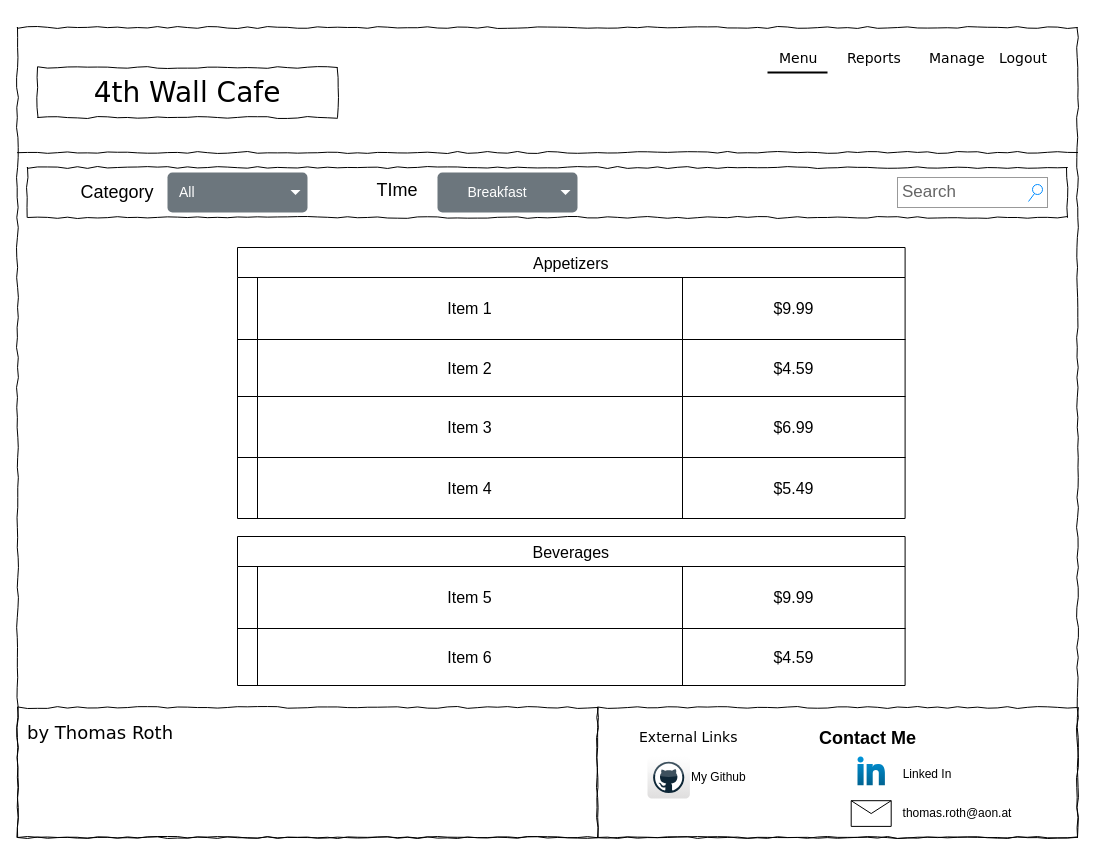
Above: WF_MainMenu.drawio in TRed91/4thWallCafe (draw.io), before the change. Source tidied: cells renumbered, new cells numbered last; positions are measured from the earlier drawing's top-left corner, leaving out a move shared by most shapes. Both pictures are drawn from the tidied source at 100%, with x=0, y=0 at pixel (17, 27).
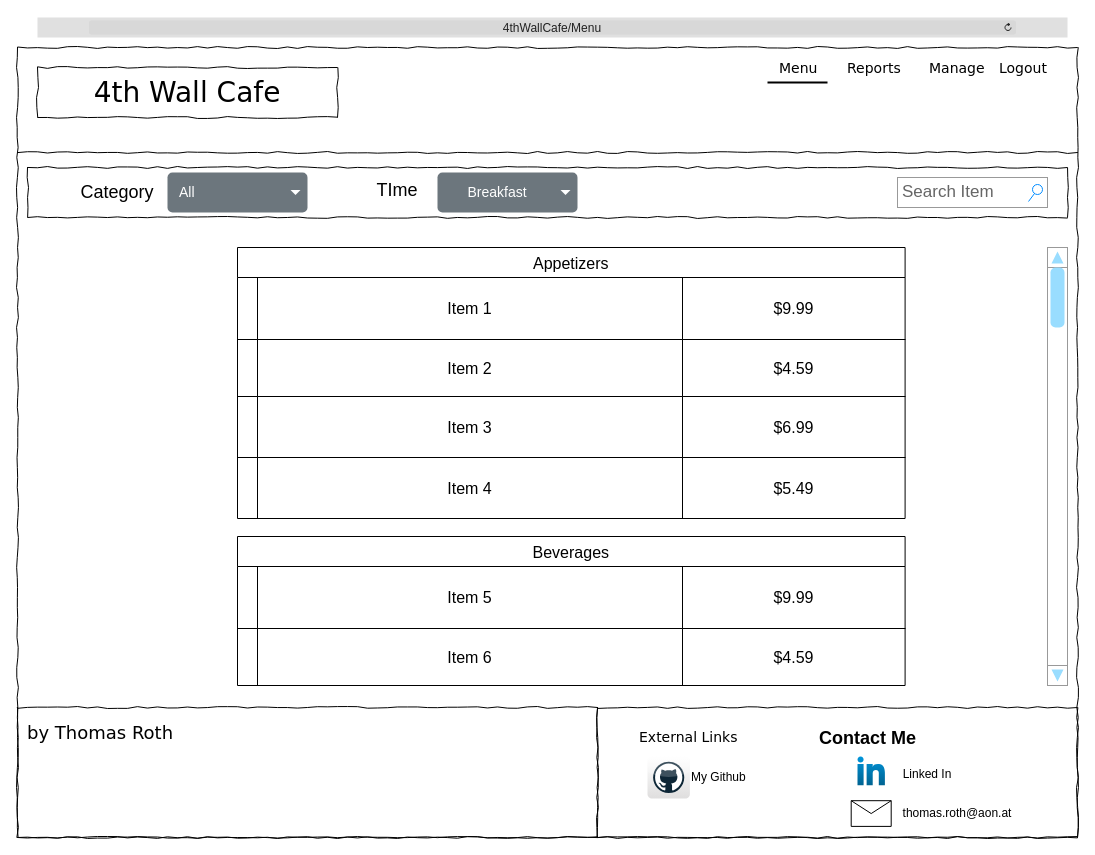
Above is the later version.

Diff of the diagram source:
```diff
@@
     <mxCell id="2" style="whiteSpace=wrap;html=1;rounded=0;shadow=0;labelBackgroundColor=none;strokeColor=#000000;strokeWidth=1;fillColor=none;fontFamily=Verdana;fontSize=12;fontColor=#000000;align=center;comic=1;" parent="1" vertex="1">
-      <mxGeometry width="1060" height="810" as="geometry" />
+      <mxGeometry y="20" width="1060" height="790" as="geometry" />
     </mxCell>
@@
     <mxCell id="4" value="Menu" style="text;html=1;align=left;verticalAlign=top;spacingTop=-4;fontSize=14;fontFamily=Verdana;" parent="1" vertex="1">
-      <mxGeometry x="760" y="20" width="60" height="20" as="geometry" />
+      <mxGeometry x="760" y="30" width="60" height="20" as="geometry" />
     </mxCell>
     <mxCell id="5" value="Reports" style="text;html=1;align=left;verticalAlign=top;spacingTop=-4;fontSize=14;fontFamily=Verdana;" parent="1" vertex="1">
-      <mxGeometry x="827.6" y="20" width="60" height="20" as="geometry" />
+      <mxGeometry x="827.6" y="30" width="60" height="20" as="geometry" />
     </mxCell>
     <mxCell id="6" value="Manage" style="text;html=1;align=left;verticalAlign=top;spacingTop=-4;fontSize=14;fontFamily=Verdana;" parent="1" vertex="1">
-      <mxGeometry x="910" y="20" width="60" height="20" as="geometry" />
+      <mxGeometry x="910" y="30" width="60" height="20" as="geometry" />
     </mxCell>
     <mxCell id="7" value="Logout" style="text;html=1;align=left;verticalAlign=top;spacingTop=-4;fontSize=14;fontFamily=Verdana;" parent="1" vertex="1">
-      <mxGeometry x="980" y="20" width="60" height="20" as="geometry" />
+      <mxGeometry x="980" y="30" width="60" height="20" as="geometry" />
     </mxCell>
@@
-    <mxCell id="15" value="Search" style="strokeWidth=1;shadow=0;dashed=0;align=center;html=1;shape=mxgraph.mockup.forms.searchBox;strokeColor=#999999;mainText=;strokeColor2=#008cff;fontColor=#666666;fontSize=17;align=left;spacingLeft=3;whiteSpace=wrap;" parent="1" vertex="1">
+    <mxCell id="15" value="Search Item" style="strokeWidth=1;shadow=0;dashed=0;align=center;html=1;shape=mxgraph.mockup.forms.searchBox;strokeColor=#999999;mainText=;strokeColor2=#008cff;fontColor=#666666;fontSize=17;align=left;spacingLeft=3;whiteSpace=wrap;" parent="1" vertex="1">
       <mxGeometry x="880" y="150" width="150" height="30" as="geometry" />
     </mxCell>
@@
     <mxCell id="53" style="line;strokeWidth=2;html=1;" parent="1" vertex="1">
-      <mxGeometry x="750" y="40" width="60" height="10" as="geometry" />
+      <mxGeometry x="750" y="50" width="60" height="10" as="geometry" />
     </mxCell>
+    <mxCell id="54" value="&lt;span style=&quot;font-size: 12px;&quot;&gt;4thWallCafe/Menu&lt;/span&gt;" style="html=1;strokeWidth=1;shadow=0;dashed=0;shape=mxgraph.ios7ui.url;fillColor=#e0e0e0;strokeColor=#c0c0c0;buttonText=;strokeColor2=#222222;fontColor=#222222;fontSize=8;spacingTop=2;align=center;whiteSpace=wrap;" parent="1" vertex="1">
+      <mxGeometry x="20" y="-10" width="1030" height="20" as="geometry" />
+    </mxCell>
+    <mxCell id="55" style="verticalLabelPosition=bottom;shadow=0;dashed=0;align=center;html=1;verticalAlign=top;strokeWidth=1;shape=mxgraph.mockup.navigation.scrollBar;strokeColor=#999999;barPos=100;fillColor2=#99ddff;strokeColor2=none;direction=north;" parent="1" vertex="1">
+      <mxGeometry x="1030" y="220" width="20" height="438" as="geometry" />
+    </mxCell>
```
